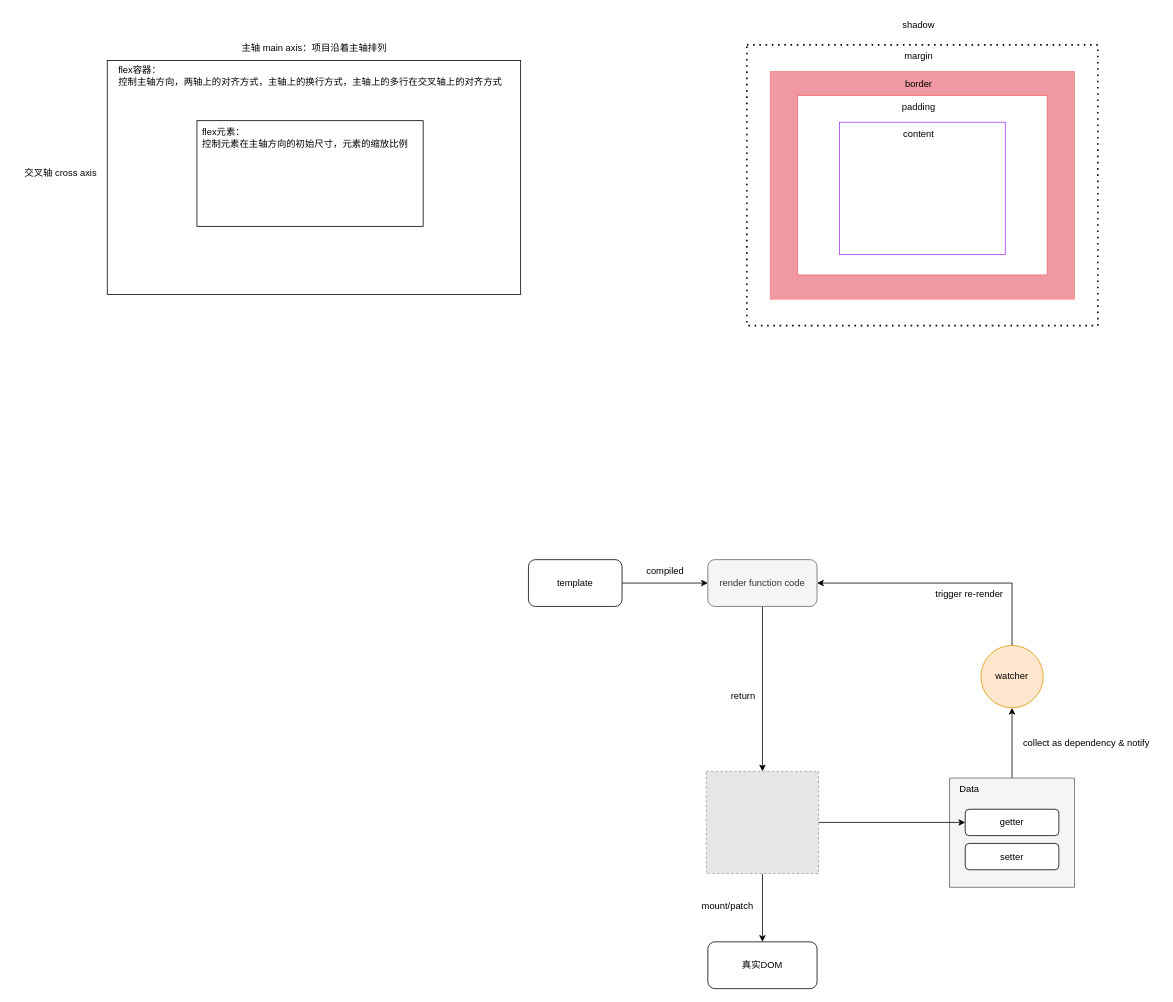
This is front_end.drawio from tearsmoon/drawio, a draw.io file, before an edit. Source tidied: cells renumbered, new cells numbered last; positions are measured from the earlier drawing's top-left corner, leaving out a move shared by most shapes. Both pictures are drawn from the tidied source at 78%, with x=0, y=0 at pixel (13, 13). Pictures stored in the file or linked from it are replaced by grey dashed boxes.
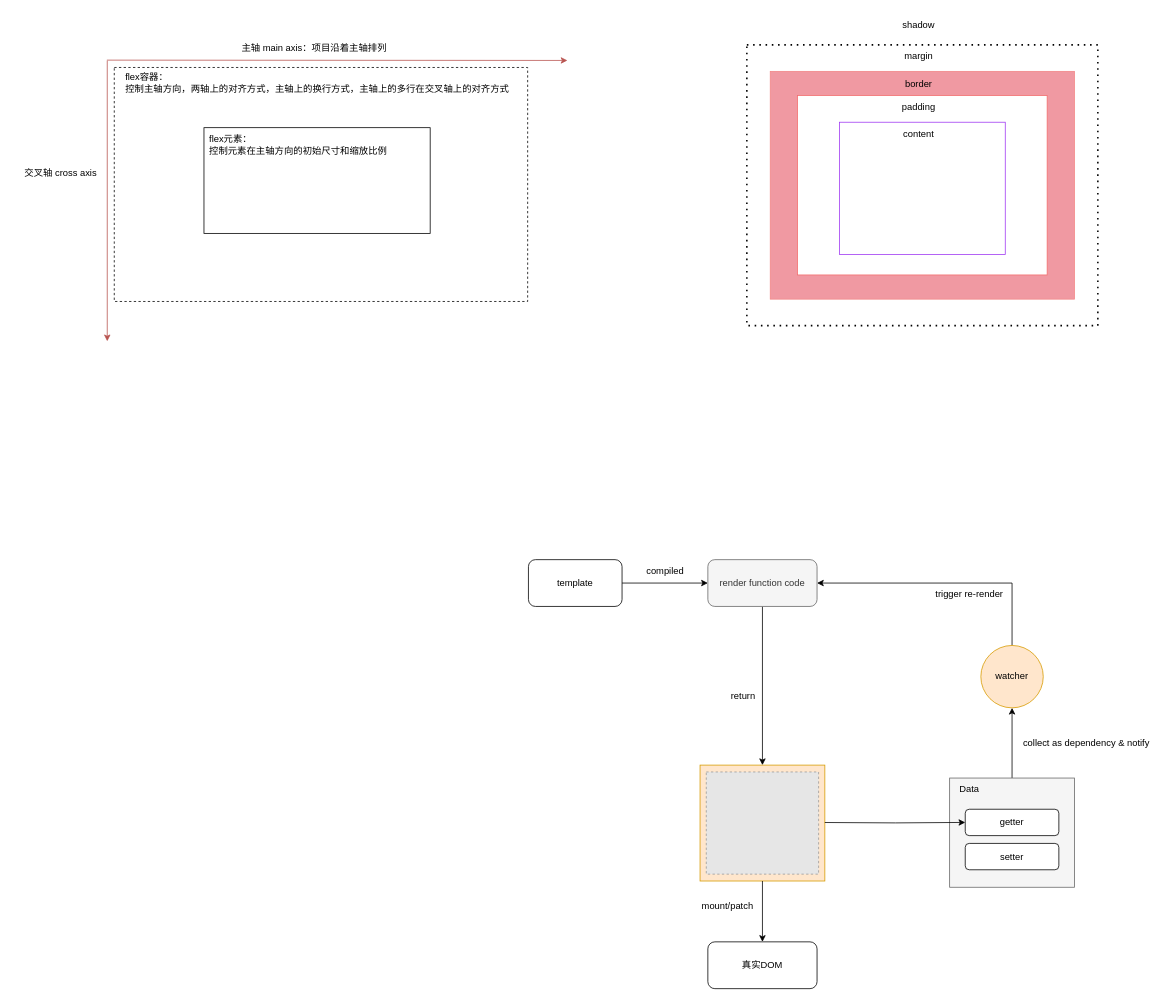
The same page after the edit.

The change refers to these unchanged cells:
```xml
<mxCell id="10" value="render function code" style="rounded=1;whiteSpace=wrap;html=1;fillColor=#f5f5f5;fontColor=#333333;strokeColor=#666666;" parent="1" vertex="1">
  <mxGeometry x="890" y="700" width="140" height="60" as="geometry" />
</mxCell>
<mxCell id="11" value="真实DOM" style="rounded=1;whiteSpace=wrap;html=1;" parent="1" vertex="1">
  <mxGeometry x="890" y="1190" width="140" height="60" as="geometry" />
</mxCell>
<mxCell id="21" value="getter" style="rounded=1;whiteSpace=wrap;html=1;" parent="1" vertex="1">
  <mxGeometry x="1220" y="1020" width="120" height="33.8" as="geometry" />
</mxCell>
```

What changed in the source:
```diff
@@
+    <mxCell id="37" style="rounded=0;whiteSpace=wrap;html=1;fillColor=#ffe6cc;strokeColor=#d79b00;" parent="1" vertex="1">
+      <mxGeometry x="880" y="963.4" width="160" height="148.6" as="geometry" />
+    </mxCell>
@@
-    <mxCell id="9" style="edgeStyle=orthogonalEdgeStyle;rounded=0;jettySize=auto;html=1;exitX=0.5;exitY=1;exitDx=0;exitDy=0;" parent="1" edge="1" source="10" target="16">
+    <mxCell id="9" style="edgeStyle=orthogonalEdgeStyle;rounded=0;jettySize=auto;html=1;exitX=0.5;exitY=1;exitDx=0;exitDy=0;entryX=0.5;entryY=0;entryDx=0;entryDy=0;" parent="1" edge="1" source="10" target="37">
       <mxGeometry relative="1" as="geometry" />
     </mxCell>
@@
-    <mxCell id="14" style="edgeStyle=orthogonalEdgeStyle;rounded=0;jettySize=auto;html=1;exitX=1;exitY=0.5;exitDx=0;exitDy=0;entryX=0;entryY=0.5;entryDx=0;entryDy=0;" parent="1" edge="1" source="16" target="21">
-      <mxGeometry relative="1" as="geometry" />
+    <mxCell id="14" style="edgeStyle=orthogonalEdgeStyle;rounded=0;jettySize=auto;html=1;entryX=0;entryY=0.5;entryDx=0;entryDy=0;" parent="1" edge="1" target="21">
+      <mxGeometry relative="1" as="geometry">
+        <mxPoint x="1040" y="1037" as="sourcePoint" />
+      </mxGeometry>
     </mxCell>
-    <mxCell id="15" style="edgeStyle=orthogonalEdgeStyle;rounded=0;jettySize=auto;html=1;exitX=0.5;exitY=1;exitDx=0;exitDy=0;entryX=0.5;entryY=0;entryDx=0;entryDy=0;" parent="1" edge="1" source="16" target="11">
+    <mxCell id="15" style="edgeStyle=orthogonalEdgeStyle;rounded=0;jettySize=auto;html=1;exitX=0.5;exitY=1;exitDx=0;exitDy=0;entryX=0.5;entryY=0;entryDx=0;entryDy=0;" parent="1" edge="1" source="37" target="11">
       <mxGeometry relative="1" as="geometry" />
     </mxCell>
     <mxCell id="16" style="fillColor=#E6E6E6;strokeColor=#999999;dashed=1;verticalLabelPosition=bottom;labelBackgroundColor=default;verticalAlign=top;" parent="1" vertex="1">
-      <mxGeometry x="888" y="971.4" width="144" height="131" as="geometry" />
+      <mxGeometry x="888" y="972.2" width="144" height="131" as="geometry" />
     </mxCell>
@@
-    <mxCell id="31" style="rounded=0;whiteSpace=wrap;html=1;" parent="1" vertex="1">
-      <mxGeometry x="120" y="60" width="530" height="300" as="geometry" />
+    <mxCell id="31" style="rounded=0;whiteSpace=wrap;html=1;dashed=1;" parent="1" vertex="1">
+      <mxGeometry x="129" y="69" width="530" height="300" as="geometry" />
     </mxCell>
@@
     <mxCell id="34" style="rounded=0;whiteSpace=wrap;html=1;align=center;" parent="1" vertex="1">
-      <mxGeometry x="235" y="137.2" width="290" height="135.5" as="geometry" />
+      <mxGeometry x="244" y="146.2" width="290" height="135.5" as="geometry" />
     </mxCell>
     <mxCell id="35" value="&lt;div style=&quot;text-align: left;&quot;&gt;&lt;span style=&quot;background-color: initial;&quot;&gt;flex容器：&lt;/span&gt;&lt;/div&gt;控制主轴方向，两轴上的对齐方式，主轴上的换行方式，主轴上的多行在交叉轴上的对齐方式" style="text;html=1;align=center;verticalAlign=middle;strokeColor=none;fillColor=none;" parent="1" vertex="1">
-      <mxGeometry x="120" y="60" width="520" height="40" as="geometry" />
+      <mxGeometry x="129" y="69" width="520" height="40" as="geometry" />
     </mxCell>
-    <mxCell id="36" value="&lt;div&gt;flex元素：&lt;/div&gt;&lt;div&gt;控制元素在主轴方向的初始尺寸，元素的缩放比例&lt;/div&gt;" style="text;html=1;align=left;verticalAlign=middle;strokeColor=none;fillColor=none;" parent="1" vertex="1">
-      <mxGeometry x="240" y="139.2" width="290" height="40" as="geometry" />
+    <mxCell id="36" value="&lt;div&gt;flex元素：&lt;/div&gt;&lt;div&gt;控制元素在主轴方向的初始尺寸和缩放比例&lt;/div&gt;" style="text;html=1;align=left;verticalAlign=middle;strokeColor=none;fillColor=none;" parent="1" vertex="1">
+      <mxGeometry x="249" y="148.2" width="250" height="40" as="geometry" />
     </mxCell>
+    <mxCell id="38" style="endArrow=classic;html=1;rounded=0;exitX=-0.001;exitY=-0.01;exitDx=0;exitDy=0;exitPerimeter=0;fillColor=#f8cecc;strokeColor=#b85450;" parent="1" edge="1">
+      <mxGeometry relative="1" as="geometry">
+        <mxPoint x="119.5" y="59.6" as="sourcePoint" />
+        <mxPoint x="710" y="60" as="targetPoint" />
+      </mxGeometry>
+    </mxCell>
+    <mxCell id="39" style="endArrow=classic;html=1;rounded=0;exitX=-0.002;exitY=0.01;exitDx=0;exitDy=0;exitPerimeter=0;fillColor=#f8cecc;strokeColor=#b85450;" parent="1" edge="1">
+      <mxGeometry relative="1" as="geometry">
+        <mxPoint x="120" y="60.4" as="sourcePoint" />
+        <mxPoint x="120" y="420" as="targetPoint" />
+      </mxGeometry>
+    </mxCell>
```
